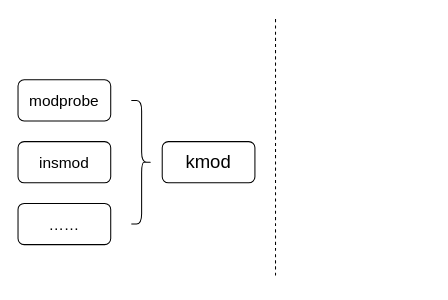
Above: 未命名绘图.drawio in plotusim/home- (draw.io), before the change. Source tidied: cells renumbered, new cells numbered last; positions are measured from the earlier drawing's top-left corner, leaving out a move shared by most shapes. Both pictures are drawn from the tidied source at 103%, with x=0, y=0 at pixel (18, 18).
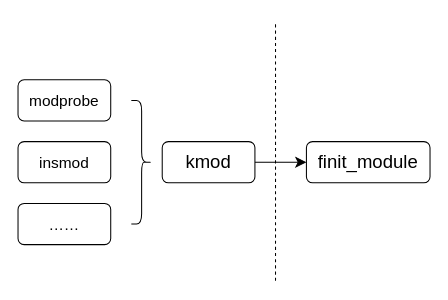
After the change.

Commit message:
更新未命名绘图.drawio

What changed in the source:
```diff
@@
 <mxGraphModel>
   <root>
     <mxCell id="0" />
     <mxCell id="1" parent="0" />
+    <mxCell id="7" style="endArrow=none;dashed=1;html=1;rounded=0;fontSize=12;startSize=8;endSize=8;curved=1;" parent="1" edge="1">
+      <mxGeometry relative="1" as="geometry">
+        <mxPoint x="250" y="255" as="sourcePoint" />
+        <mxPoint x="250" y="5" as="targetPoint" />
+      </mxGeometry>
+    </mxCell>
     <mxCell id="2" value="&lt;font style=&quot;font-size: 15px;&quot;&gt;modprobe&lt;/font&gt;" style="rounded=1;whiteSpace=wrap;html=1;" parent="1" vertex="1">
       <mxGeometry y="60" width="90" height="40" as="geometry" />
     </mxCell>
     <mxCell id="3" value="&lt;span style=&quot;font-size: 15px;&quot;&gt;insmod&lt;/span&gt;" style="rounded=1;whiteSpace=wrap;html=1;" parent="1" vertex="1">
       <mxGeometry y="120" width="90" height="40" as="geometry" />
     </mxCell>
     <mxCell id="4" value="&lt;span style=&quot;font-size: 15px;&quot;&gt;……&lt;/span&gt;" style="rounded=1;whiteSpace=wrap;html=1;" parent="1" vertex="1">
       <mxGeometry y="180" width="90" height="40" as="geometry" />
     </mxCell>
+    <mxCell id="8" style="edgeStyle=none;curved=1;rounded=0;jettySize=auto;html=1;exitX=1;exitY=0.5;exitDx=0;exitDy=0;entryX=0;entryY=0.5;entryDx=0;entryDy=0;fontSize=12;startSize=8;endSize=8;" parent="1" edge="1" source="5" target="9">
+      <mxGeometry relative="1" as="geometry" />
+    </mxCell>
     <mxCell id="5" value="&lt;font style=&quot;font-size: 18px;&quot;&gt;kmod&lt;/font&gt;" style="rounded=1;whiteSpace=wrap;html=1;" parent="1" vertex="1">
       <mxGeometry x="140" y="120" width="90" height="40" as="geometry" />
     </mxCell>
     <mxCell id="6" style="shape=curlyBracket;whiteSpace=wrap;html=1;rounded=1;flipH=1;labelPosition=right;verticalLabelPosition=middle;align=left;verticalAlign=middle;fontSize=16;" parent="1" vertex="1">
       <mxGeometry x="110" y="80" width="20" height="120" as="geometry" />
     </mxCell>
-    <mxCell id="7" style="endArrow=none;dashed=1;html=1;rounded=0;fontSize=12;startSize=8;endSize=8;curved=1;" parent="1" edge="1">
-      <mxGeometry relative="1" as="geometry">
-        <mxPoint x="250" y="250" as="sourcePoint" />
-        <mxPoint x="250" as="targetPoint" />
-      </mxGeometry>
-    </mxCell>
+    <mxCell id="9" value="&lt;font style=&quot;font-size: 18px;&quot;&gt;finit_module&lt;/font&gt;" style="rounded=1;whiteSpace=wrap;html=1;fontSize=16;" parent="1" vertex="1">
+      <mxGeometry x="280" y="120" width="120" height="40" as="geometry" />
+    </mxCell>
   </root>
 </mxGraphModel>
```
